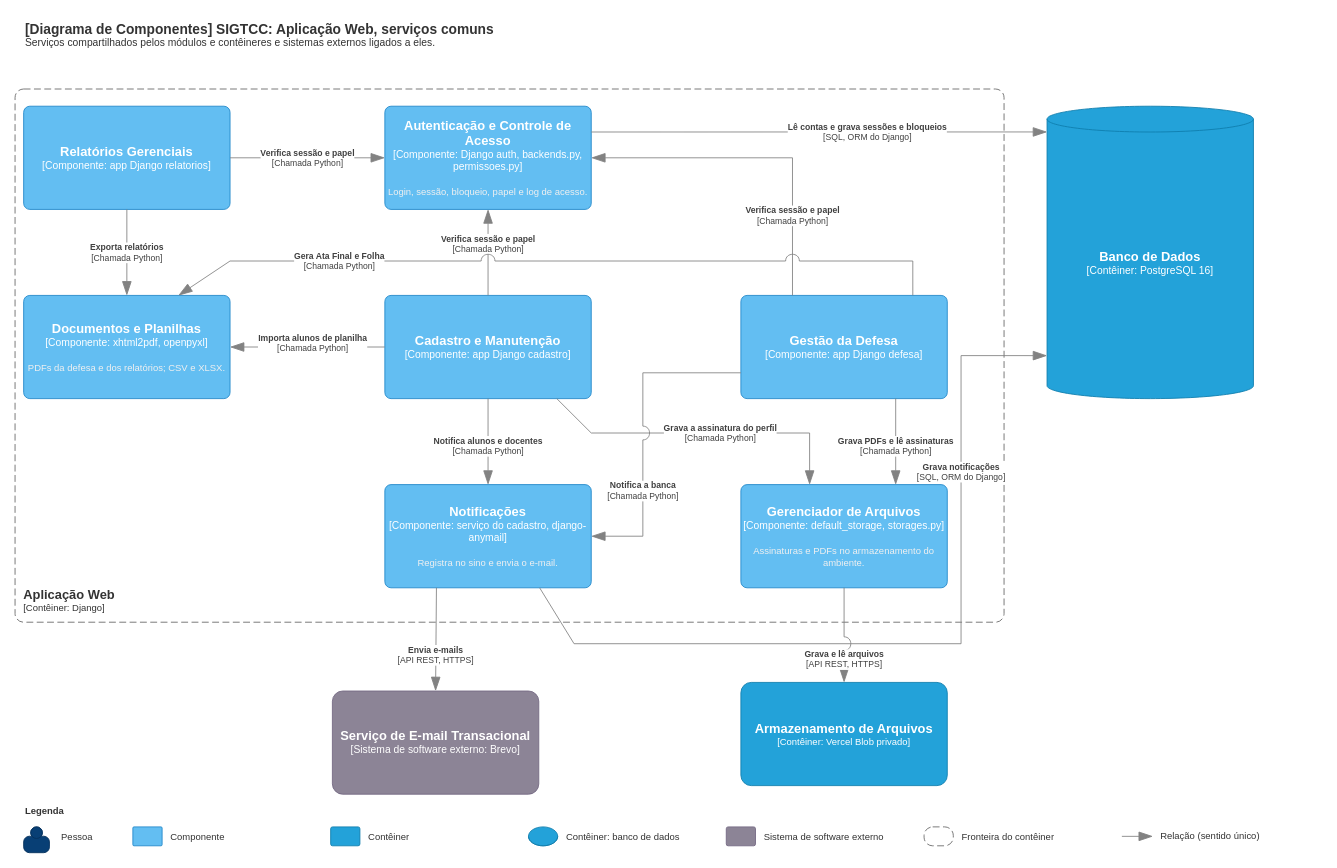
Above: page "Componentes: serviços comuns" (2 of 2) of docs/arquitetura/Componentes_SIGTCC.drawio in celiobenj/SIGTCC (draw.io), before the change. Source tidied: cells renumbered, new cells numbered last; positions are measured from the earlier drawing's top-left corner, leaving out a move shared by most shapes. Both pictures are drawn from the tidied source at 86%, with x=0, y=0 at pixel (15, 15).
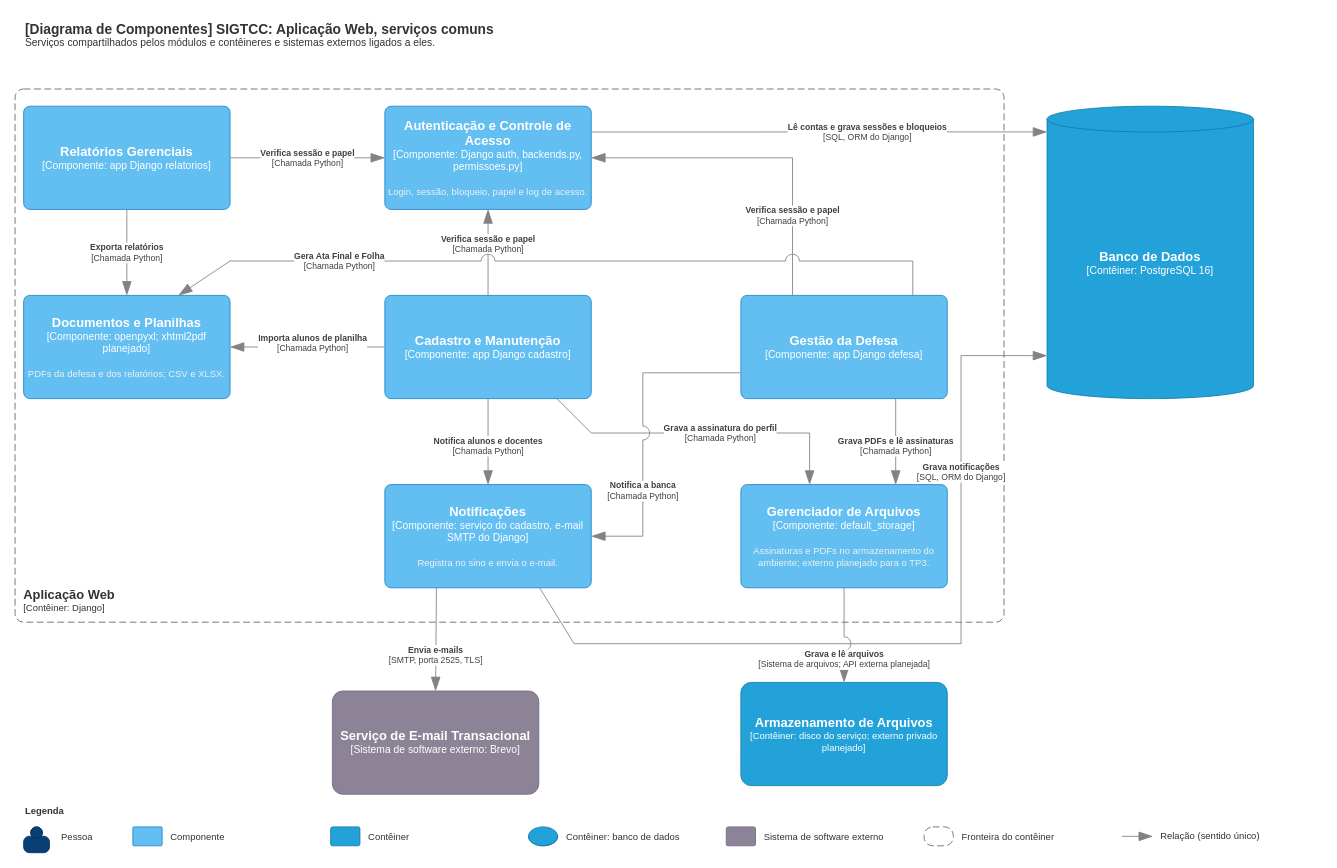
Above is the later version.

Commit message (it also covers changes not shown here):
docs(config): atualizar diagramas de arquitetura para o Render

Implantacao e Componentes trocam Vercel, Neon, Blob e anymail pelo que roda (Render, PostgreSQL do Render, Brevo por SMTP, WhiteNoise) e marcam como planejados a rotina agendada, o armazenamento externo e os PDFs. Pacotes deixa de citar a feat-02 e perde a pagina de implantacao, que ja existe em Implantacao_SIGTCC.drawio.

Unchanged cells that the change refers to:
```xml
<mxCell id="12" value="&lt;font style=&quot;font-size:15px&quot;&gt;&lt;b&gt;Serviço de E-mail Transacional&lt;/b&gt;&lt;/font&gt;&lt;div&gt;[Sistema de software externo: Brevo]&lt;/div&gt;" style="rounded=1;whiteSpace=wrap;html=1;labelBackgroundColor=none;fillColor=#8C8496;fontColor=#ffffff;align=center;arcSize=10;strokeColor=#736782;" parent="1" vertex="1">
  <mxGeometry x="369" y="786" width="240" height="120" as="geometry" />
</mxCell>
```

What changed in the source:
```diff
@@
-    <mxCell id="6" value="&lt;font style=&quot;font-size:15px&quot;&gt;&lt;b&gt;Documentos e Planilhas&lt;/b&gt;&lt;/font&gt;&lt;div&gt;[Componente: xhtml2pdf, openpyxl]&lt;/div&gt;&lt;br&gt;&lt;div&gt;&lt;font style=&quot;font-size:11px&quot; color=&quot;#F0F0F0&quot;&gt;PDFs da defesa e dos relatórios; CSV e XLSX.&lt;/font&gt;&lt;/div&gt;" style="rounded=1;whiteSpace=wrap;html=1;labelBackgroundColor=none;fillColor=#63BEF2;fontColor=#ffffff;align=center;arcSize=6;strokeColor=#2086C9;" parent="1" vertex="1">
+    <mxCell id="6" value="&lt;font style=&quot;font-size:15px&quot;&gt;&lt;b&gt;Documentos e Planilhas&lt;/b&gt;&lt;/font&gt;&lt;div&gt;[Componente: openpyxl; xhtml2pdf planejado]&lt;/div&gt;&lt;br&gt;&lt;div&gt;&lt;font style=&quot;font-size:11px&quot; color=&quot;#F0F0F0&quot;&gt;PDFs da defesa e dos relatórios; CSV e XLSX.&lt;/font&gt;&lt;/div&gt;" style="rounded=1;whiteSpace=wrap;html=1;labelBackgroundColor=none;fillColor=#63BEF2;fontColor=#ffffff;align=center;arcSize=6;strokeColor=#2086C9;" parent="1" vertex="1">
       <mxGeometry x="10" y="326" width="240" height="120" as="geometry" />
     </mxCell>
@@
-    <mxCell id="9" value="&lt;font style=&quot;font-size:15px&quot;&gt;&lt;b&gt;Notificações&lt;/b&gt;&lt;/font&gt;&lt;div&gt;[Componente: serviço do cadastro, django-anymail]&lt;/div&gt;&lt;br&gt;&lt;div&gt;&lt;font style=&quot;font-size:11px&quot; color=&quot;#F0F0F0&quot;&gt;Registra no sino e envia o e-mail.&lt;/font&gt;&lt;/div&gt;" style="rounded=1;whiteSpace=wrap;html=1;labelBackgroundColor=none;fillColor=#63BEF2;fontColor=#ffffff;align=center;arcSize=6;strokeColor=#2086C9;" parent="1" vertex="1">
+    <mxCell id="9" value="&lt;font style=&quot;font-size:15px&quot;&gt;&lt;b&gt;Notificações&lt;/b&gt;&lt;/font&gt;&lt;div&gt;[Componente: serviço do cadastro, e-mail SMTP do Django]&lt;/div&gt;&lt;br&gt;&lt;div&gt;&lt;font style=&quot;font-size:11px&quot; color=&quot;#F0F0F0&quot;&gt;Registra no sino e envia o e-mail.&lt;/font&gt;&lt;/div&gt;" style="rounded=1;whiteSpace=wrap;html=1;labelBackgroundColor=none;fillColor=#63BEF2;fontColor=#ffffff;align=center;arcSize=6;strokeColor=#2086C9;" parent="1" vertex="1">
       <mxGeometry x="430" y="546" width="240" height="120" as="geometry" />
     </mxCell>
-    <mxCell id="10" value="&lt;font style=&quot;font-size:15px&quot;&gt;&lt;b&gt;Gerenciador de Arquivos&lt;/b&gt;&lt;/font&gt;&lt;div&gt;[Componente: default_storage, storages.py]&lt;/div&gt;&lt;br&gt;&lt;div&gt;&lt;font style=&quot;font-size:11px&quot; color=&quot;#F0F0F0&quot;&gt;Assinaturas e PDFs no armazenamento do ambiente.&lt;/font&gt;&lt;/div&gt;" style="rounded=1;whiteSpace=wrap;html=1;labelBackgroundColor=none;fillColor=#63BEF2;fontColor=#ffffff;align=center;arcSize=6;strokeColor=#2086C9;" parent="1" vertex="1">
+    <mxCell id="10" value="&lt;font style=&quot;font-size:15px&quot;&gt;&lt;b&gt;Gerenciador de Arquivos&lt;/b&gt;&lt;/font&gt;&lt;div&gt;[Componente: default_storage]&lt;/div&gt;&lt;br&gt;&lt;div&gt;&lt;font style=&quot;font-size:11px&quot; color=&quot;#F0F0F0&quot;&gt;Assinaturas e PDFs no armazenamento do ambiente; externo planejado para o TP3.&lt;/font&gt;&lt;/div&gt;" style="rounded=1;whiteSpace=wrap;html=1;labelBackgroundColor=none;fillColor=#63BEF2;fontColor=#ffffff;align=center;arcSize=6;strokeColor=#2086C9;" parent="1" vertex="1">
       <mxGeometry x="844" y="546" width="240" height="120" as="geometry" />
     </mxCell>
@@
-    <mxCell id="13" value="&lt;font style=&quot;font-size:15px&quot;&gt;&lt;b&gt;Armazenamento de Arquivos&lt;/b&gt;&lt;/font&gt;&lt;div&gt;[Contêiner: Vercel Blob privado]&lt;/div&gt;" style="rounded=1;whiteSpace=wrap;html=1;fontSize=11;labelBackgroundColor=none;fillColor=#23A2D9;fontColor=#ffffff;align=center;arcSize=10;strokeColor=#0E7DAD;" parent="1" vertex="1">
+    <mxCell id="13" value="&lt;font style=&quot;font-size:15px&quot;&gt;&lt;b&gt;Armazenamento de Arquivos&lt;/b&gt;&lt;/font&gt;&lt;div&gt;[Contêiner: disco do serviço; externo privado planejado]&lt;/div&gt;" style="rounded=1;whiteSpace=wrap;html=1;fontSize=11;labelBackgroundColor=none;fillColor=#23A2D9;fontColor=#ffffff;align=center;arcSize=10;strokeColor=#0E7DAD;" parent="1" vertex="1">
       <mxGeometry x="844" y="776" width="240" height="120" as="geometry" />
     </mxCell>
@@
-    <mxCell id="26" value="&lt;div style=&quot;text-align:center&quot;&gt;&lt;b&gt;Envia e-mails&lt;/b&gt;&lt;/div&gt;&lt;div style=&quot;text-align:center&quot;&gt;[API REST, HTTPS]&lt;/div&gt;" style="endArrow=blockThin;html=1;fontSize=10;fontColor=#404040;strokeWidth=1;endFill=1;strokeColor=#828282;endSize=14;startSize=14;jumpStyle=arc;jumpSize=16;rounded=0;labelBackgroundColor=#FFFFFF;exitX=0.250;exitY=1.000;exitDx=0;exitDy=0;entryX=0.500;entryY=0.000;entryDx=0;entryDy=0;" parent="1" edge="1" source="9" target="12">
+    <mxCell id="26" value="&lt;div style=&quot;text-align:center&quot;&gt;&lt;b&gt;Envia e-mails&lt;/b&gt;&lt;/div&gt;&lt;div style=&quot;text-align:center&quot;&gt;[SMTP, porta 2525, TLS]&lt;/div&gt;" style="endArrow=blockThin;html=1;fontSize=10;fontColor=#404040;strokeWidth=1;endFill=1;strokeColor=#828282;endSize=14;startSize=14;jumpStyle=arc;jumpSize=16;rounded=0;labelBackgroundColor=#FFFFFF;exitX=0.250;exitY=1.000;exitDx=0;exitDy=0;entryX=0.500;entryY=0.000;entryDx=0;entryDy=0;" parent="1" edge="1" source="9" target="12">
       <mxGeometry x="0.3" relative="1" as="geometry" />
     </mxCell>
-    <mxCell id="27" value="&lt;div style=&quot;text-align:center&quot;&gt;&lt;b&gt;Grava e lê arquivos&lt;/b&gt;&lt;/div&gt;&lt;div style=&quot;text-align:center&quot;&gt;[API REST, HTTPS]&lt;/div&gt;" style="endArrow=blockThin;html=1;fontSize=10;fontColor=#404040;strokeWidth=1;endFill=1;strokeColor=#828282;endSize=14;startSize=14;jumpStyle=arc;jumpSize=16;rounded=0;labelBackgroundColor=#FFFFFF;exitX=0.500;exitY=1.000;exitDx=0;exitDy=0;entryX=0.500;entryY=0.000;entryDx=0;entryDy=0;" parent="1" edge="1" source="10" target="13">
+    <mxCell id="27" value="&lt;div style=&quot;text-align:center&quot;&gt;&lt;b&gt;Grava e lê arquivos&lt;/b&gt;&lt;/div&gt;&lt;div style=&quot;text-align:center&quot;&gt;[Sistema de arquivos; API externa planejada]&lt;/div&gt;" style="endArrow=blockThin;html=1;fontSize=10;fontColor=#404040;strokeWidth=1;endFill=1;strokeColor=#828282;endSize=14;startSize=14;jumpStyle=arc;jumpSize=16;rounded=0;labelBackgroundColor=#FFFFFF;exitX=0.500;exitY=1.000;exitDx=0;exitDy=0;entryX=0.500;entryY=0.000;entryDx=0;entryDy=0;" parent="1" edge="1" source="10" target="13">
       <mxGeometry x="0.5" relative="1" as="geometry" />
     </mxCell>
```
